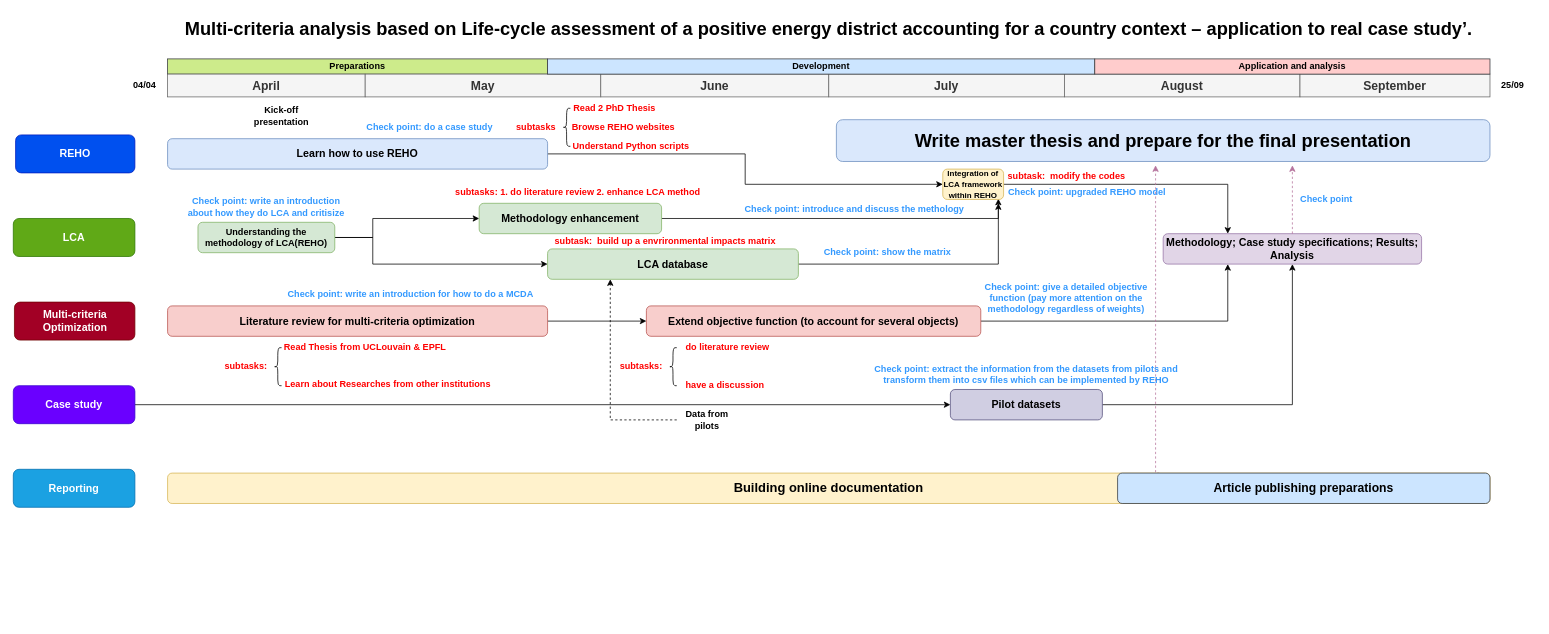
The draw.io diagram Roadmap.drawio in zhichuanma/internship_2024, before the edit. Source tidied: cells renumbered, new cells numbered last; positions are measured from the earlier drawing's top-left corner, leaving out a move shared by most shapes. Both pictures are drawn from the tidied source at 76%, with x=0, y=0 at pixel (13, 13).
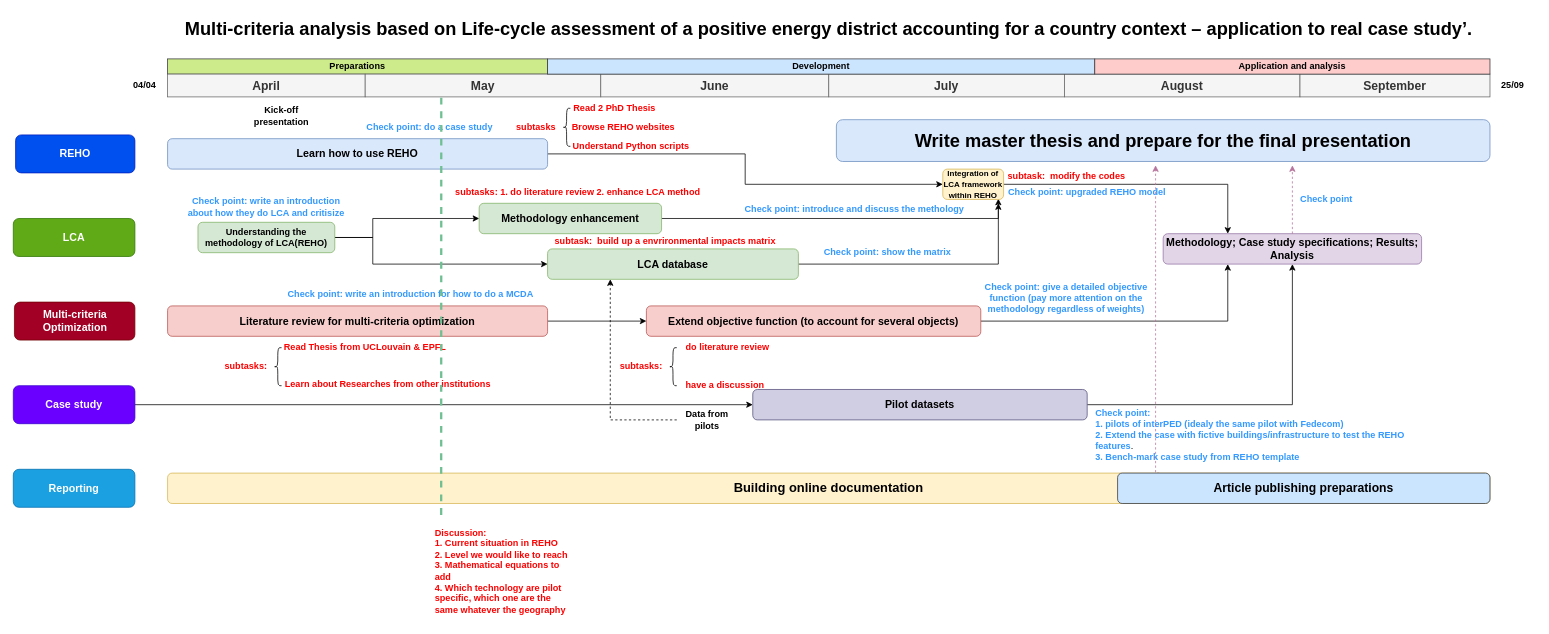
Above is the later version.

The change refers to these unchanged cells:
```xml
<mxCell id="6" value="&lt;font size=&quot;1&quot; style=&quot;&quot;&gt;&lt;b style=&quot;font-size: 16px;&quot;&gt;May&lt;/b&gt;&lt;/font&gt;" style="rounded=0;whiteSpace=wrap;html=1;fillColor=#f5f5f5;fontColor=#333333;strokeColor=#666666;" parent="1" vertex="1">
  <mxGeometry x="463" y="80" width="310" height="30" as="geometry" />
</mxCell>
```

The edit, as a diff of the source:
```diff
@@
     <mxCell id="39" value="&lt;span style=&quot;font-size: 14px;&quot;&gt;&lt;b&gt;Pilot datasets&lt;/b&gt;&lt;/span&gt;" style="rounded=1;whiteSpace=wrap;html=1;fillColor=#d0cee2;strokeColor=#56517e;" parent="1" vertex="1">
-      <mxGeometry x="1233" y="495" width="200" height="40" as="geometry" />
+      <mxGeometry x="973" y="495" width="440" height="40" as="geometry" />
     </mxCell>
@@
-    <mxCell id="66" value="&lt;b&gt;&lt;font color=&quot;#3399ff&quot;&gt;Check point: extract the information from the datasets from pilots and transform them into csv files which can be implemented by REHO&lt;/font&gt;&lt;/b&gt;" style="text;html=1;strokeColor=none;fillColor=none;align=center;verticalAlign=middle;whiteSpace=wrap;rounded=0;" parent="1" vertex="1">
-      <mxGeometry x="1118" y="460" width="430" height="30" as="geometry" />
+    <mxCell id="66" value="&lt;div style=&quot;text-align: left;&quot;&gt;&lt;b style=&quot;background-color: initial;&quot;&gt;&lt;font color=&quot;#3399ff&quot;&gt;Check point:&lt;/font&gt;&lt;/b&gt;&lt;/div&gt;&lt;b&gt;&lt;div style=&quot;text-align: left;&quot;&gt;&lt;b style=&quot;background-color: initial;&quot;&gt;&lt;font color=&quot;#3399ff&quot;&gt;1. pilots of interPED (idealy the same pilot with Fedecom)&lt;/font&gt;&lt;/b&gt;&lt;/div&gt;&lt;font color=&quot;#3399ff&quot;&gt;&lt;div style=&quot;text-align: left;&quot;&gt;&lt;b style=&quot;background-color: initial; color: rgb(0, 0, 0);&quot;&gt;&lt;font color=&quot;#3399ff&quot;&gt;2.&amp;nbsp;Extend the case with fictive buildings/infrastructure to test the REHO features&lt;/font&gt;&lt;/b&gt;&lt;span style=&quot;background-color: initial; color: rgb(0, 0, 0); font-weight: normal;&quot;&gt;.&lt;/span&gt;&lt;/div&gt;&lt;/font&gt;&lt;/b&gt;&lt;font color=&quot;#3399ff&quot;&gt;&lt;div style=&quot;text-align: left;&quot;&gt;&lt;span style=&quot;background-color: initial;&quot;&gt;&lt;b&gt;3. Bench-mark case study from REHO template&lt;/b&gt;&lt;/span&gt;&lt;/div&gt;&lt;/font&gt;" style="text;html=1;strokeColor=none;fillColor=none;align=center;verticalAlign=middle;whiteSpace=wrap;rounded=0;" parent="1" vertex="1">
+      <mxGeometry x="1423" y="540" width="430" height="30" as="geometry" />
     </mxCell>
@@
+    <mxCell id="71" style="endArrow=none;dashed=1;html=1;rounded=0;entryX=0.323;entryY=0.967;entryDx=0;entryDy=0;entryPerimeter=0;strokeWidth=3;strokeColor=#6ebf91;fillColor=#dae8fc;" parent="1" edge="1" target="6">
+      <mxGeometry relative="1" as="geometry">
+        <mxPoint x="563" y="660" as="sourcePoint" />
+      </mxGeometry>
+    </mxCell>
+    <mxCell id="72" value="&lt;b&gt;&lt;font color=&quot;#ff0000&quot;&gt;Discussion:&lt;br&gt;1. Current situation in REHO&lt;br&gt;2. Level we would like to reach&lt;br&gt;3.&amp;nbsp;Mathematical equations to add&lt;br&gt;4. Which technology are pilot specific, which one are the same whatever the geography&lt;/font&gt;&lt;/b&gt;" style="text;whiteSpace=wrap;html=1;" parent="1" vertex="1">
+      <mxGeometry x="553" y="670" width="180" height="130" as="geometry" />
+    </mxCell>
```
